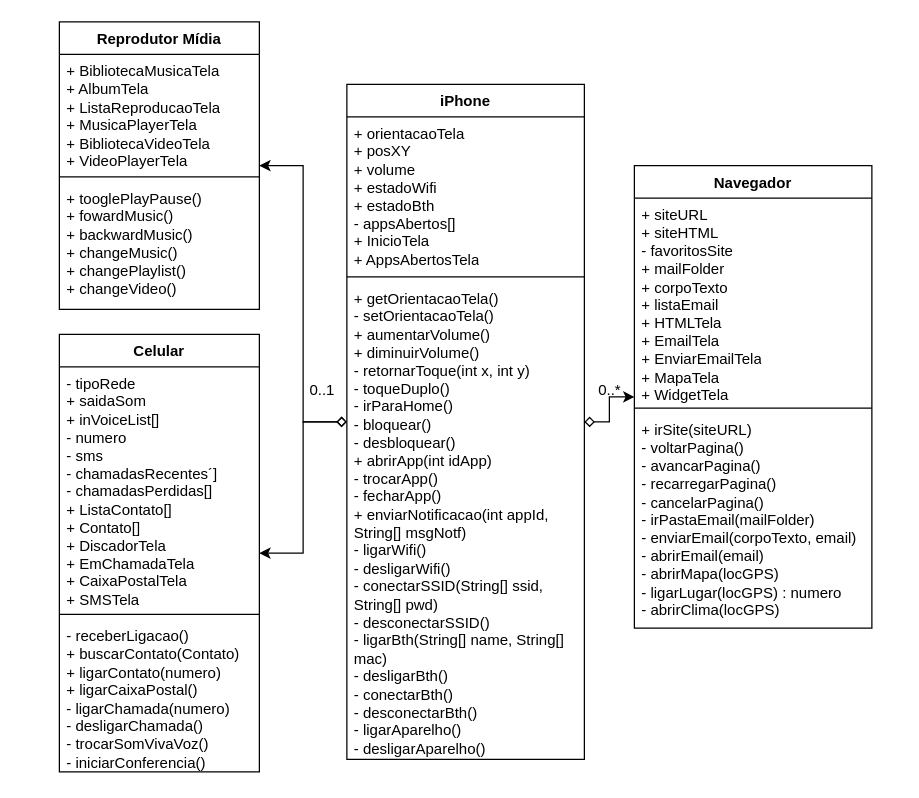
Before: uml/iPhone.drawio in menestrel-mkmb/dio_java_uml-iphone, a draw.io diagram. Source tidied: cells renumbered, new cells numbered last; positions are measured from the earlier drawing's top-left corner, leaving out a move shared by most shapes. Both pictures are drawn from the tidied source at 125%, with x=0, y=0 at pixel (59, 21).
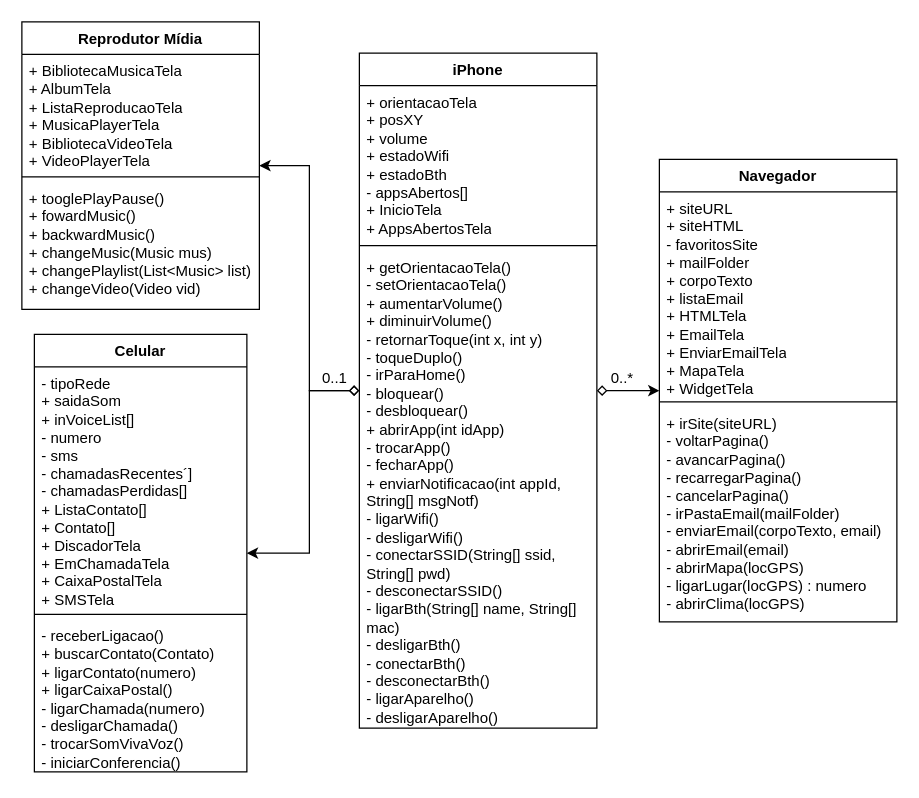
Above is the later version.

Commit message:
Update UML Media Player;

What changed in the source:
```diff
@@
     <mxCell id="2" value="Celular" style="swimlane;fontStyle=1;align=center;verticalAlign=top;horizontal=1;startSize=26;whiteSpace=wrap;html=1;" parent="1" vertex="1">
-      <mxGeometry y="250" width="160" height="350" as="geometry" />
+      <mxGeometry x="-20" y="250" width="170" height="350" as="geometry" />
     </mxCell>
     <mxCell id="3" value="&lt;div&gt;- tipoRede&lt;/div&gt;&lt;div&gt;+ saidaSom&lt;/div&gt;&lt;div&gt;+ inVoiceList[]&lt;/div&gt;&lt;div&gt;- numero&lt;/div&gt;&lt;div&gt;- sms&lt;/div&gt;&lt;div&gt;- chamadasRecentes´]&lt;/div&gt;&lt;div&gt;- chamadasPerdidas[]&lt;br&gt;&lt;/div&gt;&lt;div&gt;+ ListaContato[]&lt;/div&gt;&lt;div&gt;+ Contato[]&lt;/div&gt;&lt;div&gt;+ DiscadorTela&lt;/div&gt;&lt;div&gt;+ EmChamadaTela&lt;/div&gt;&lt;div&gt;+ CaixaPostalTela&lt;/div&gt;&lt;div&gt;+ SMSTela&lt;br&gt;&lt;/div&gt;" style="text;strokeColor=none;fillColor=none;align=left;verticalAlign=top;spacingLeft=4;spacingRight=4;overflow=hidden;whiteSpace=wrap;html=1;" parent="2" vertex="1">
-      <mxGeometry y="26" width="160" height="194" as="geometry" />
+      <mxGeometry y="26" width="170" height="194" as="geometry" />
     </mxCell>
     <mxCell id="4" style="line;strokeWidth=1;fillColor=none;align=left;verticalAlign=middle;spacingTop=-1;spacingLeft=3;spacingRight=3;labelPosition=right;strokeColor=inherit;" parent="2" vertex="1">
-      <mxGeometry y="220" width="160" height="8" as="geometry" />
+      <mxGeometry y="220" width="170" height="8" as="geometry" />
     </mxCell>
     <mxCell id="5" value="&lt;div&gt;- receberLigacao()&lt;/div&gt;&lt;div&gt;+ buscarContato(Contato)&lt;/div&gt;&lt;div&gt;+ ligarContato(numero)&lt;/div&gt;&lt;div&gt;+ ligarCaixaPostal()&lt;/div&gt;&lt;div&gt;- ligarChamada(numero)&lt;/div&gt;&lt;div&gt;- desligarChamada()&lt;/div&gt;&lt;div&gt;- trocarSomVivaVoz()&lt;/div&gt;&lt;div&gt;- iniciarConferencia()&lt;br&gt;&lt;/div&gt;" style="text;strokeColor=none;fillColor=none;align=left;verticalAlign=top;spacingLeft=4;spacingRight=4;overflow=hidden;whiteSpace=wrap;html=1;" parent="2" vertex="1">
-      <mxGeometry y="228" width="160" height="122" as="geometry" />
+      <mxGeometry y="228" width="170" height="122" as="geometry" />
     </mxCell>
     <mxCell id="6" value="Navegador" style="swimlane;fontStyle=1;align=center;verticalAlign=top;horizontal=1;startSize=26;whiteSpace=wrap;html=1;" parent="1" vertex="1">
-      <mxGeometry x="460" y="115" width="190" height="370" as="geometry" />
+      <mxGeometry x="480" y="110" width="190" height="370" as="geometry" />
     </mxCell>
@@
     <mxCell id="10" style="edgeStyle=orthogonalEdgeStyle;rounded=0;jettySize=auto;html=1;startArrow=diamond;startFill=0;" parent="1" edge="1" source="13" target="2">
-      <mxGeometry relative="1" as="geometry" />
+      <mxGeometry relative="1" as="geometry">
+        <Array as="points">
+          <mxPoint x="200" y="295" />
+          <mxPoint x="200" y="425" />
+        </Array>
+      </mxGeometry>
     </mxCell>
@@
     <mxCell id="13" value="iPhone" style="swimlane;fontStyle=1;align=center;verticalAlign=top;horizontal=1;startSize=26;whiteSpace=wrap;html=1;" parent="1" vertex="1">
-      <mxGeometry x="230" y="50" width="190" height="540" as="geometry" />
+      <mxGeometry x="240" y="25" width="190" height="540" as="geometry" />
     </mxCell>
@@
     <mxCell id="17" value="Reprodutor Mídia" style="swimlane;fontStyle=1;align=center;verticalAlign=top;horizontal=1;startSize=26;whiteSpace=wrap;html=1;" parent="1" vertex="1">
-      <mxGeometry width="160" height="230" as="geometry" />
+      <mxGeometry x="-30" width="190" height="230" as="geometry" />
     </mxCell>
     <mxCell id="18" value="&lt;div&gt;+ BibliotecaMusicaTela&lt;br&gt;&lt;/div&gt;&lt;div&gt;+ AlbumTela&lt;/div&gt;&lt;div&gt;+ ListaReproducaoTela&lt;/div&gt;&lt;div&gt;+ MusicaPlayerTela&lt;/div&gt;&lt;div&gt;+ BibliotecaVideoTela&lt;/div&gt;&lt;div&gt;+ VideoPlayerTela&lt;/div&gt;" style="text;strokeColor=none;fillColor=none;align=left;verticalAlign=top;spacingLeft=4;spacingRight=4;overflow=hidden;whiteSpace=wrap;html=1;" parent="17" vertex="1">
-      <mxGeometry y="26" width="160" height="94" as="geometry" />
+      <mxGeometry y="26" width="190" height="94" as="geometry" />
     </mxCell>
     <mxCell id="19" style="line;strokeWidth=1;fillColor=none;align=left;verticalAlign=middle;spacingTop=-1;spacingLeft=3;spacingRight=3;labelPosition=right;strokeColor=inherit;" parent="17" vertex="1">
-      <mxGeometry y="120" width="160" height="8" as="geometry" />
+      <mxGeometry y="120" width="190" height="8" as="geometry" />
     </mxCell>
-    <mxCell id="20" value="&lt;div&gt;+ tooglePlayPause()&lt;/div&gt;&lt;div&gt;+ fowardMusic()&lt;/div&gt;&lt;div&gt;+ backwardMusic()&lt;/div&gt;&lt;div&gt;+ changeMusic()&lt;/div&gt;&lt;div&gt;+ changePlaylist()&lt;/div&gt;&lt;div&gt;+ changeVideo()&lt;/div&gt;" style="text;strokeColor=none;fillColor=none;align=left;verticalAlign=top;spacingLeft=4;spacingRight=4;overflow=hidden;whiteSpace=wrap;html=1;" parent="17" vertex="1">
-      <mxGeometry y="128" width="160" height="102" as="geometry" />
+    <mxCell id="20" value="&lt;div&gt;+ tooglePlayPause()&lt;/div&gt;&lt;div&gt;+ fowardMusic()&lt;/div&gt;&lt;div&gt;+ backwardMusic()&lt;/div&gt;&lt;div&gt;+ changeMusic(Music mus)&lt;/div&gt;&lt;div&gt;+ changePlaylist(List&amp;lt;Music&amp;gt; list)&lt;/div&gt;&lt;div&gt;+ changeVideo(Video vid)&lt;/div&gt;" style="text;strokeColor=none;fillColor=none;align=left;verticalAlign=top;spacingLeft=4;spacingRight=4;overflow=hidden;whiteSpace=wrap;html=1;" parent="17" vertex="1">
+      <mxGeometry y="128" width="190" height="102" as="geometry" />
     </mxCell>
     <mxCell id="21" value="0..*" style="text;html=1;align=center;verticalAlign=middle;strokeColor=none;fillColor=none;" parent="1" vertex="1">
-      <mxGeometry x="420" y="280" width="40" height="30" as="geometry" />
+      <mxGeometry x="430" y="270" width="40" height="30" as="geometry" />
     </mxCell>
     <mxCell id="22" value="0..1" style="text;html=1;align=center;verticalAlign=middle;strokeColor=none;fillColor=none;" parent="1" vertex="1">
-      <mxGeometry x="190" y="280" width="40" height="30" as="geometry" />
+      <mxGeometry x="200" y="270" width="40" height="30" as="geometry" />
     </mxCell>
```
